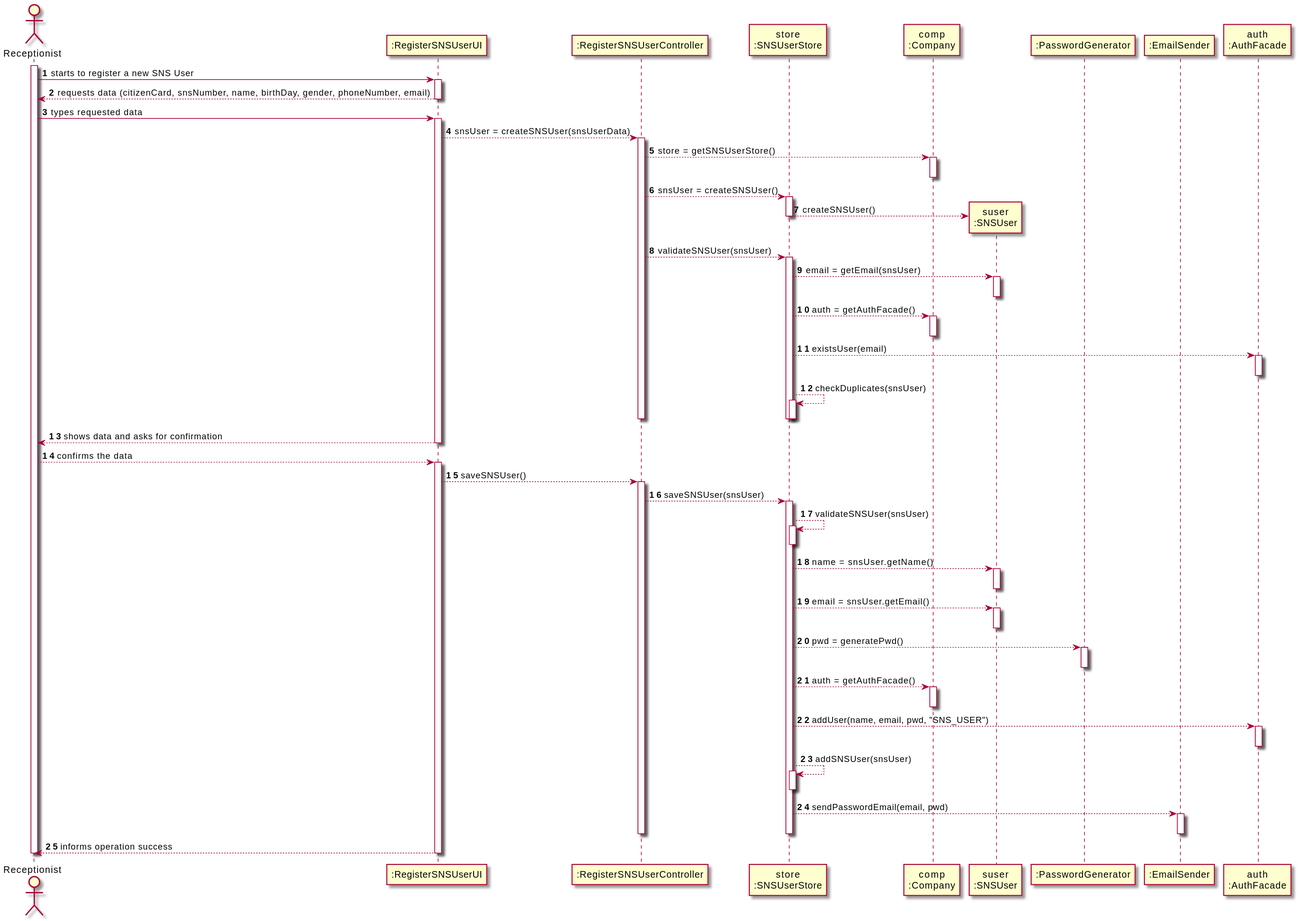
This is docs/SprintB/US03/SD/US03_SD.svg from miseEnPlace-i/lapr2, a PlantUML export, as it was before one commit.
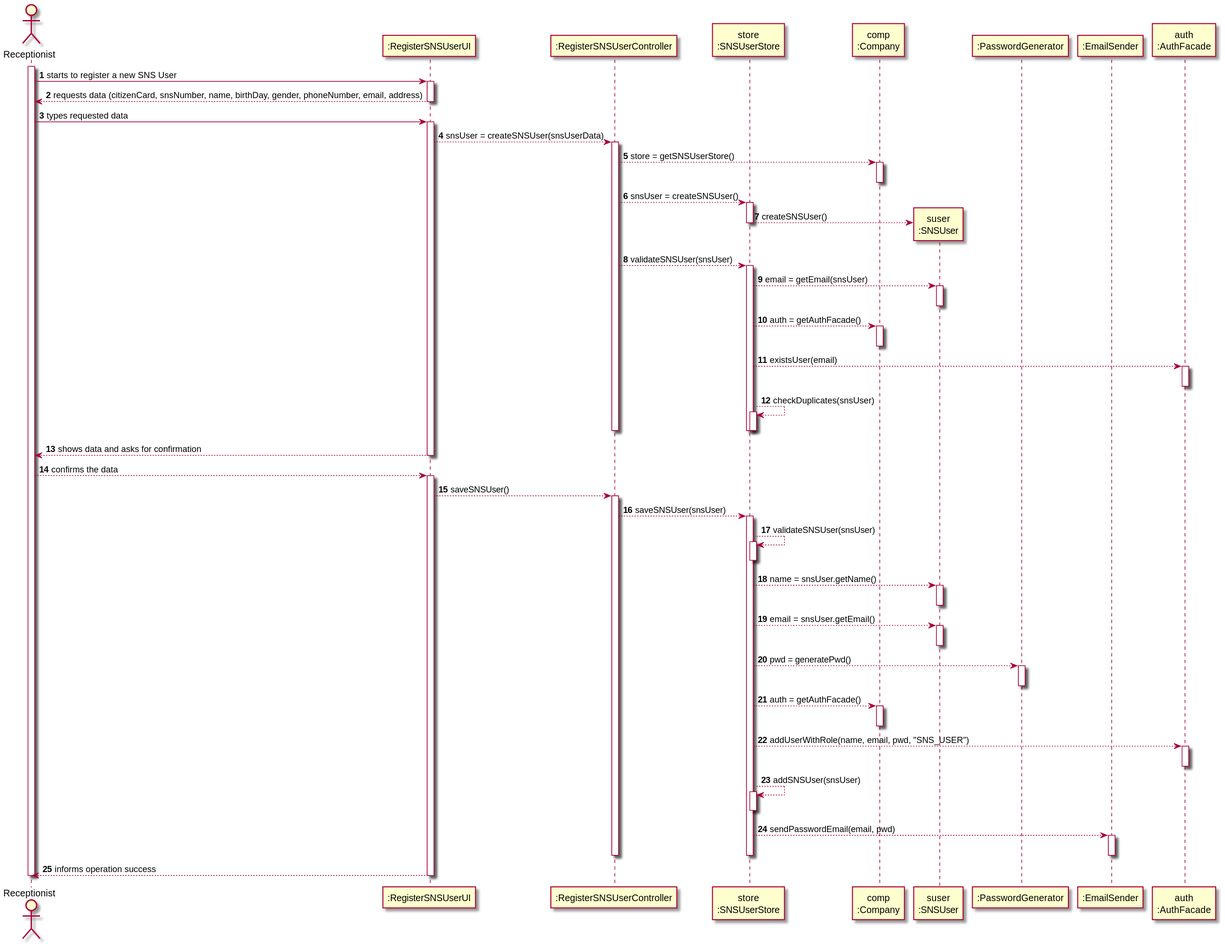
After the change.

Commit message:
docs(US03): add address attribute to SNSUser

Change to the diagram source:
```diff
@@ -14,7 +14,7 @@
 activate RECEPT
 RECEPT -> UI : starts to register a new SNS User
 activate UI
-UI --> RECEPT : requests data (citizenCard, snsNumber, name, birthDay, gender, phoneNumber, email)
+UI --> RECEPT : requests data (citizenCard, snsNumber, name, birthDay, gender, phoneNumber, email, address)
 deactivate UI
 
 RECEPT -> UI : types requested data
@@ -89,7 +89,7 @@
 activate COMP
 deactivate COMP
 
-STORE --> AUTH : addUser(name, email, pwd, "SNS_USER")
+STORE --> AUTH : addUserWithRole(name, email, pwd, "SNS_USER")
 activate AUTH
 deactivate AUTH
 
```
